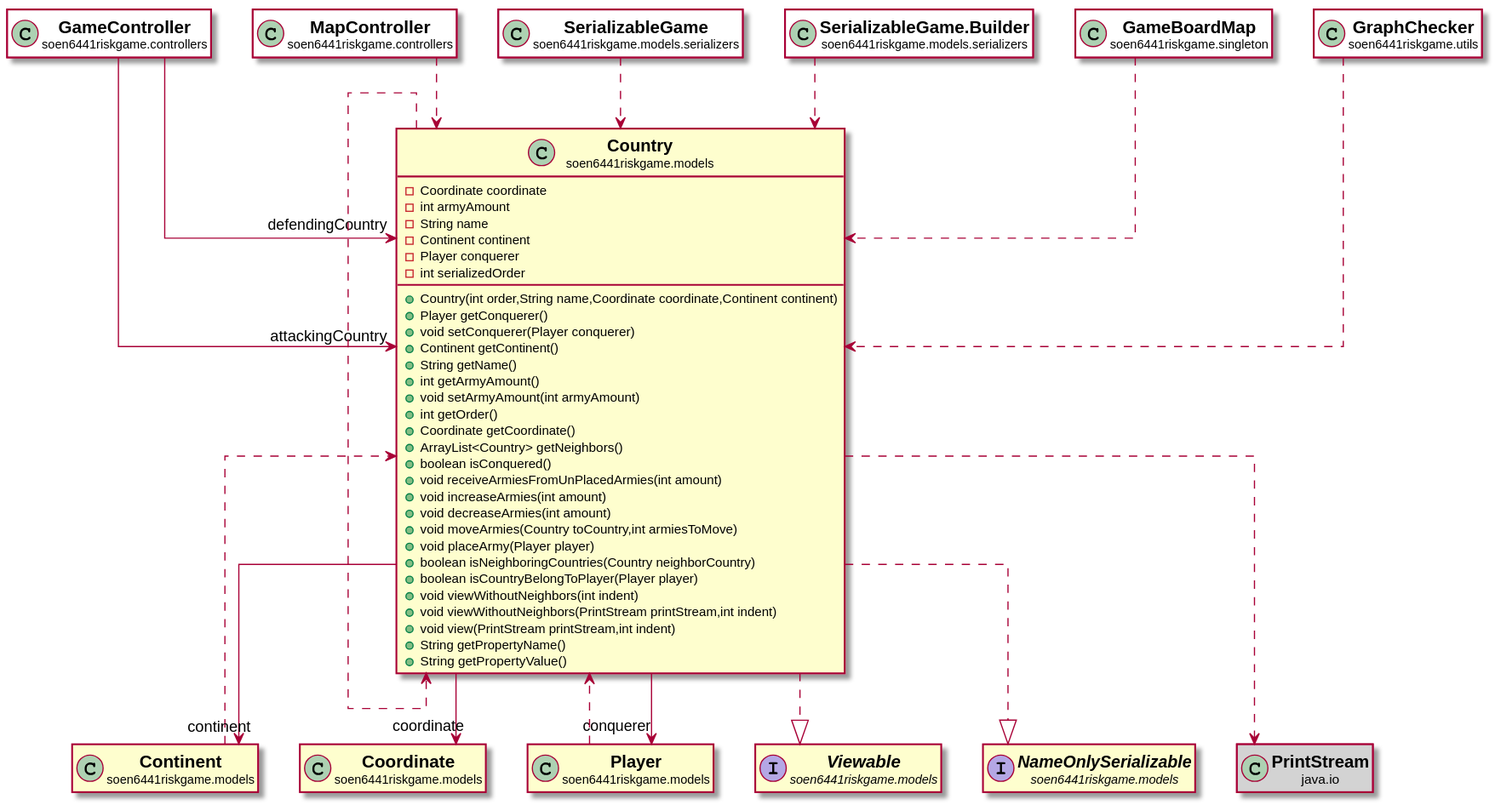
This is docs/javadocs/soen6441riskgame/models/Country.svg from huntertran/soen6441-riskgame, a PlantUML export, as it was before one commit. Its diagram source:
```plantuml
@startuml

skinparam svgLinkTarget _parent
skinparam linetype ortho
set namespaceSeparator none
class "<b><size:14>Country</b>\n<size:10>soen6441riskgame.models" as soen6441riskgame.models.Country  [[../../soen6441riskgame/models/Country.html{soen6441riskgame.models.Country}]] {
-Coordinate coordinate
-int armyAmount
-String name
-Continent continent
-Player conquerer
-int serializedOrder
+Country(int order,String name,Coordinate coordinate,Continent continent)
+Player getConquerer()
+void setConquerer(Player conquerer)
+Continent getContinent()
+String getName()
+int getArmyAmount()
+void setArmyAmount(int armyAmount)
+int getOrder()
+Coordinate getCoordinate()
+ArrayList<Country> getNeighbors()
+boolean isConquered()
+void receiveArmiesFromUnPlacedArmies(int amount)
+void increaseArmies(int amount)
+void decreaseArmies(int amount)
+void moveArmies(Country toCountry,int armiesToMove)
+void placeArmy(Player player)
+boolean isNeighboringCountries(Country neighborCountry)
+boolean isCountryBelongToPlayer(Player player)
+void viewWithoutNeighbors(int indent)
+void viewWithoutNeighbors(PrintStream printStream,int indent)
+void view(PrintStream printStream,int indent)
+String getPropertyName()
+String getPropertyValue()
}


class "<b><size:14>GameController</b>\n<size:10>soen6441riskgame.controllers" as soen6441riskgame.controllers.GameController  [[../../soen6441riskgame/controllers/GameController.html{soen6441riskgame.controllers.GameController}]] #white {
}

hide soen6441riskgame.controllers.GameController fields
hide soen6441riskgame.controllers.GameController methods

soen6441riskgame.controllers.GameController -->  "attackingCountry" soen6441riskgame.models.Country

soen6441riskgame.controllers.GameController -->  "defendingCountry" soen6441riskgame.models.Country

class "<b><size:14>MapController</b>\n<size:10>soen6441riskgame.controllers" as soen6441riskgame.controllers.MapController  [[../../soen6441riskgame/controllers/MapController.html{soen6441riskgame.controllers.MapController}]] #white {
}

hide soen6441riskgame.controllers.MapController fields
hide soen6441riskgame.controllers.MapController methods

soen6441riskgame.controllers.MapController ..> soen6441riskgame.models.Country

class "<b><size:14>Continent</b>\n<size:10>soen6441riskgame.models" as soen6441riskgame.models.Continent  [[../../soen6441riskgame/models/Continent.html{soen6441riskgame.models.Continent}]] {
}

hide soen6441riskgame.models.Continent fields
hide soen6441riskgame.models.Continent methods

soen6441riskgame.models.Continent ..> soen6441riskgame.models.Country

class "<b><size:14>Coordinate</b>\n<size:10>soen6441riskgame.models" as soen6441riskgame.models.Coordinate  [[../../soen6441riskgame/models/Coordinate.html{soen6441riskgame.models.Coordinate}]] {
}

hide soen6441riskgame.models.Coordinate fields
hide soen6441riskgame.models.Coordinate methods

soen6441riskgame.models.Country -->  "coordinate" soen6441riskgame.models.Coordinate

soen6441riskgame.models.Country -->  "continent" soen6441riskgame.models.Continent

class "<b><size:14>Player</b>\n<size:10>soen6441riskgame.models" as soen6441riskgame.models.Player  [[../../soen6441riskgame/models/Player.html{soen6441riskgame.models.Player}]] {
}

hide soen6441riskgame.models.Player fields
hide soen6441riskgame.models.Player methods

soen6441riskgame.models.Country -->  "conquerer" soen6441riskgame.models.Player


interface "<b><size:14>Viewable</b>\n<size:10>soen6441riskgame.models" as soen6441riskgame.models.Viewable  [[../../soen6441riskgame/models/Viewable.html{soen6441riskgame.models.Viewable}]] {
}

hide soen6441riskgame.models.Viewable fields
hide soen6441riskgame.models.Viewable methods

soen6441riskgame.models.Country ..|> soen6441riskgame.models.Viewable

interface "<b><size:14>NameOnlySerializable</b>\n<size:10>soen6441riskgame.models" as soen6441riskgame.models.NameOnlySerializable  [[../../soen6441riskgame/models/NameOnlySerializable.html{soen6441riskgame.models.NameOnlySerializable}]] {
}

hide soen6441riskgame.models.NameOnlySerializable fields
hide soen6441riskgame.models.NameOnlySerializable methods

soen6441riskgame.models.Country ..|> soen6441riskgame.models.NameOnlySerializable


soen6441riskgame.models.Country ..> soen6441riskgame.models.Country

class "<b><size:14>PrintStream</b>\n<size:10>java.io" as java.io.PrintStream  #lightgrey {
}

hide java.io.PrintStream fields
hide java.io.PrintStream methods

soen6441riskgame.models.Country ..> java.io.PrintStream

soen6441riskgame.models.Player ..> soen6441riskgame.models.Country

class "<b><size:14>SerializableGame</b>\n<size:10>soen6441riskgame.models.serializers" as soen6441riskgame.models.serializers.SerializableGame  [[../../soen6441riskgame/models/serializers/SerializableGame.html{soen6441riskgame.models.serializers.SerializableGame}]] #white {
}

hide soen6441riskgame.models.serializers.SerializableGame fields
hide soen6441riskgame.models.serializers.SerializableGame methods

soen6441riskgame.models.serializers.SerializableGame ..> soen6441riskgame.models.Country

class "<b><size:14>SerializableGame.Builder</b>\n<size:10>soen6441riskgame.models.serializers" as soen6441riskgame.models.serializers.SerializableGame.Builder  [[../../soen6441riskgame/models/serializers/SerializableGame.Builder.html{soen6441riskgame.models.serializers.SerializableGame.Builder}]] #white {
}

hide soen6441riskgame.models.serializers.SerializableGame.Builder fields
hide soen6441riskgame.models.serializers.SerializableGame.Builder methods

soen6441riskgame.models.serializers.SerializableGame.Builder ..> soen6441riskgame.models.Country

class "<b><size:14>GameBoardMap</b>\n<size:10>soen6441riskgame.singleton" as soen6441riskgame.singleton.GameBoardMap  [[../../soen6441riskgame/singleton/GameBoardMap.html{soen6441riskgame.singleton.GameBoardMap}]] #white {
}

hide soen6441riskgame.singleton.GameBoardMap fields
hide soen6441riskgame.singleton.GameBoardMap methods

soen6441riskgame.singleton.GameBoardMap ..> soen6441riskgame.models.Country

class "<b><size:14>GraphChecker</b>\n<size:10>soen6441riskgame.utils" as soen6441riskgame.utils.GraphChecker  [[../../soen6441riskgame/utils/GraphChecker.html{soen6441riskgame.utils.GraphChecker}]] #white {
}

hide soen6441riskgame.utils.GraphChecker fields
hide soen6441riskgame.utils.GraphChecker methods

soen6441riskgame.utils.GraphChecker ..> soen6441riskgame.models.Country


@enduml
```
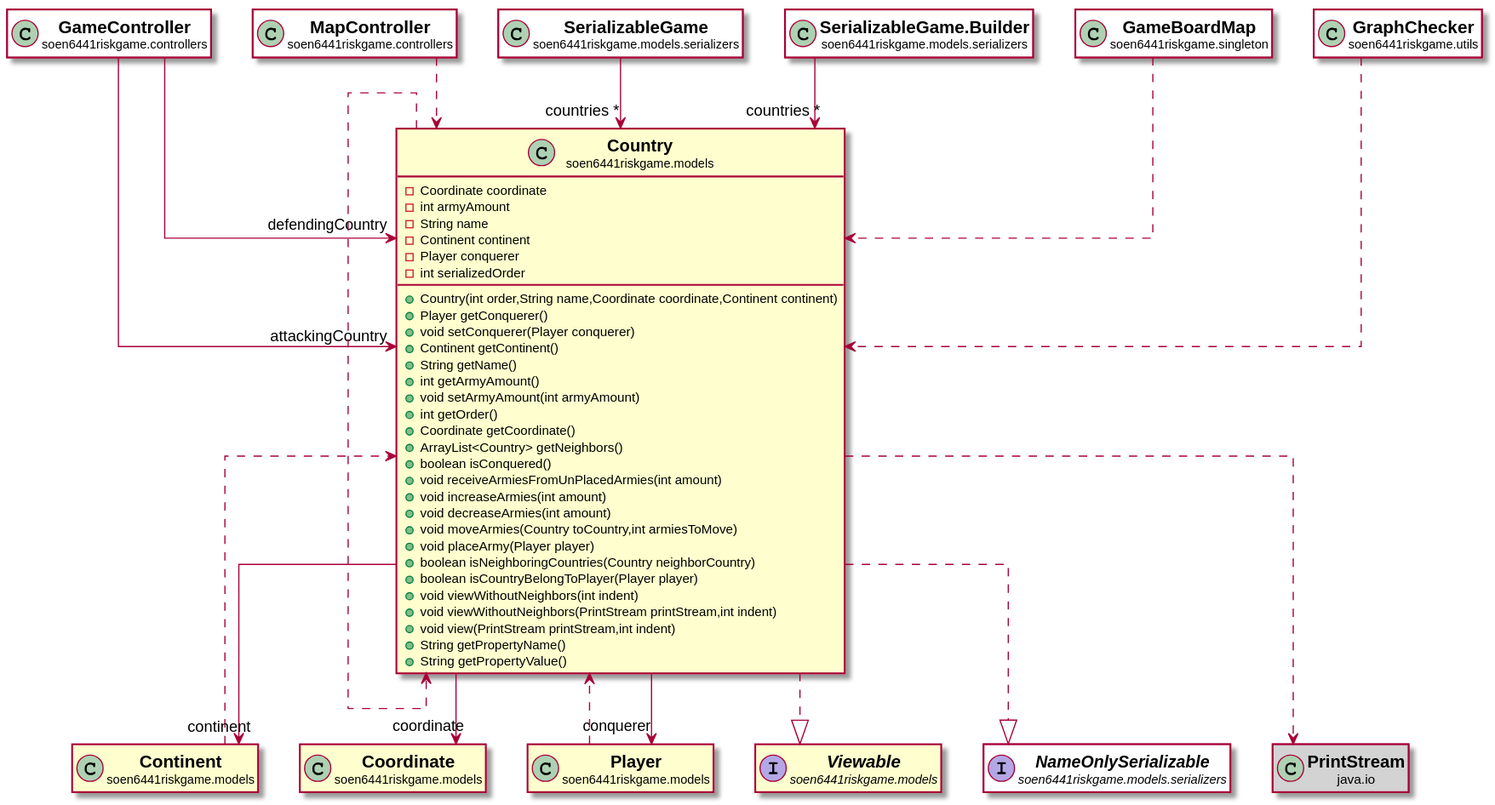
After the commit.

Change to the diagram source:
```diff
@@ -89,13 +89,13 @@
 
 soen6441riskgame.models.Country ..|> soen6441riskgame.models.Viewable
 
-interface "<b><size:14>NameOnlySerializable</b>\n<size:10>soen6441riskgame.models" as soen6441riskgame.models.NameOnlySerializable  [[../../soen6441riskgame/models/NameOnlySerializable.html{soen6441riskgame.models.NameOnlySerializable}]] {
+interface "<b><size:14>NameOnlySerializable</b>\n<size:10>soen6441riskgame.models.serializers" as soen6441riskgame.models.serializers.NameOnlySerializable  [[../../soen6441riskgame/models/serializers/NameOnlySerializable.html{soen6441riskgame.models.serializers.NameOnlySerializable}]] #white {
 }
 
-hide soen6441riskgame.models.NameOnlySerializable fields
-hide soen6441riskgame.models.NameOnlySerializable methods
+hide soen6441riskgame.models.serializers.NameOnlySerializable fields
+hide soen6441riskgame.models.serializers.NameOnlySerializable methods
 
-soen6441riskgame.models.Country ..|> soen6441riskgame.models.NameOnlySerializable
+soen6441riskgame.models.Country ..|> soen6441riskgame.models.serializers.NameOnlySerializable
 
 
 soen6441riskgame.models.Country ..> soen6441riskgame.models.Country
@@ -116,7 +116,7 @@
 hide soen6441riskgame.models.serializers.SerializableGame fields
 hide soen6441riskgame.models.serializers.SerializableGame methods
 
-soen6441riskgame.models.serializers.SerializableGame ..> soen6441riskgame.models.Country
+soen6441riskgame.models.serializers.SerializableGame -->  "countries *" soen6441riskgame.models.Country
 
 class "<b><size:14>SerializableGame.Builder</b>\n<size:10>soen6441riskgame.models.serializers" as soen6441riskgame.models.serializers.SerializableGame.Builder  [[../../soen6441riskgame/models/serializers/SerializableGame.Builder.html{soen6441riskgame.models.serializers.SerializableGame.Builder}]] #white {
 }
@@ -124,7 +124,7 @@
 hide soen6441riskgame.models.serializers.SerializableGame.Builder fields
 hide soen6441riskgame.models.serializers.SerializableGame.Builder methods
 
-soen6441riskgame.models.serializers.SerializableGame.Builder ..> soen6441riskgame.models.Country
+soen6441riskgame.models.serializers.SerializableGame.Builder -->  "countries *" soen6441riskgame.models.Country
 
 class "<b><size:14>GameBoardMap</b>\n<size:10>soen6441riskgame.singleton" as soen6441riskgame.singleton.GameBoardMap  [[../../soen6441riskgame/singleton/GameBoardMap.html{soen6441riskgame.singleton.GameBoardMap}]] #white {
 }
```
